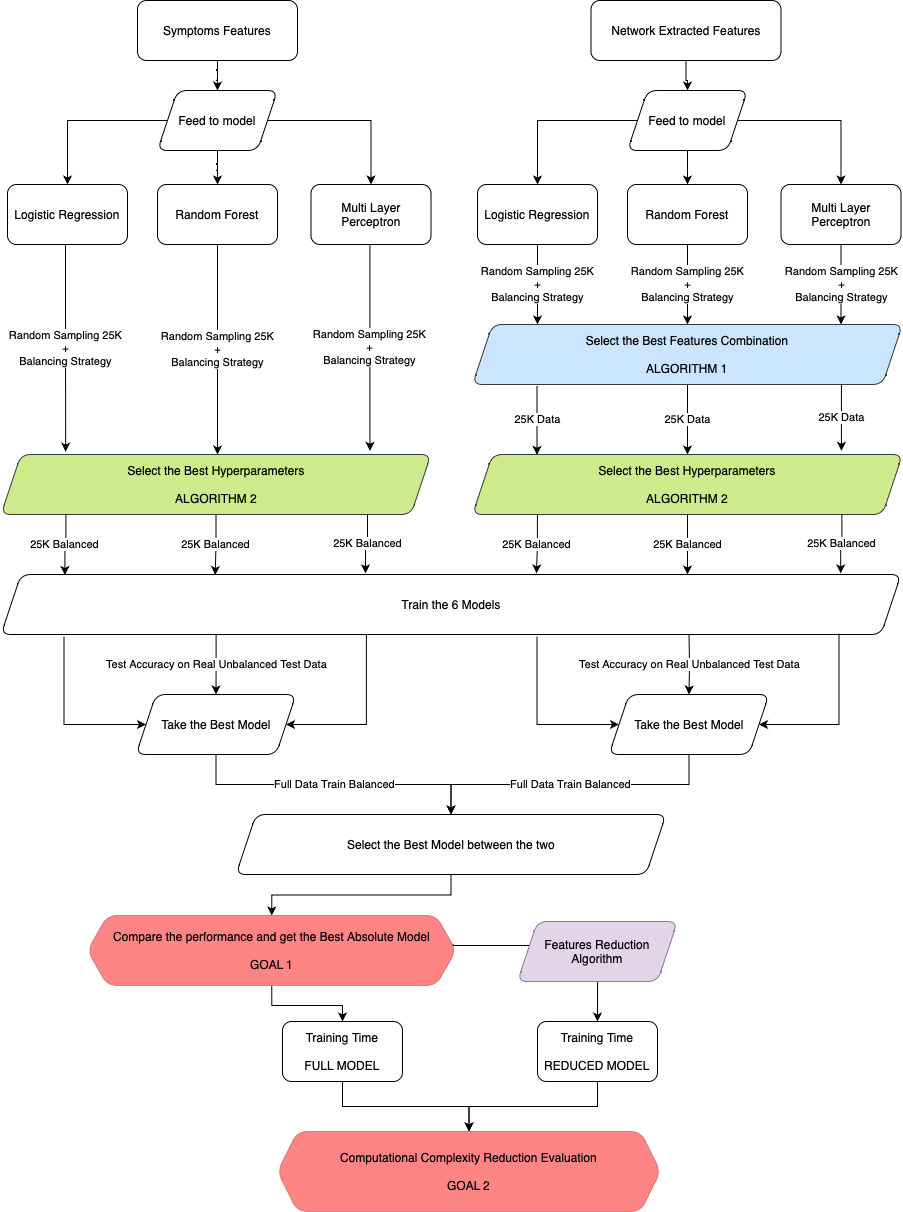
Above: report/images/operational_flow.png in DavideLigari/disease-prediction (draw.io), before the change. Source tidied: cells renumbered, new cells last; positions are measured from the earlier drawing's top-left corner, leaving out a move shared by most shapes.
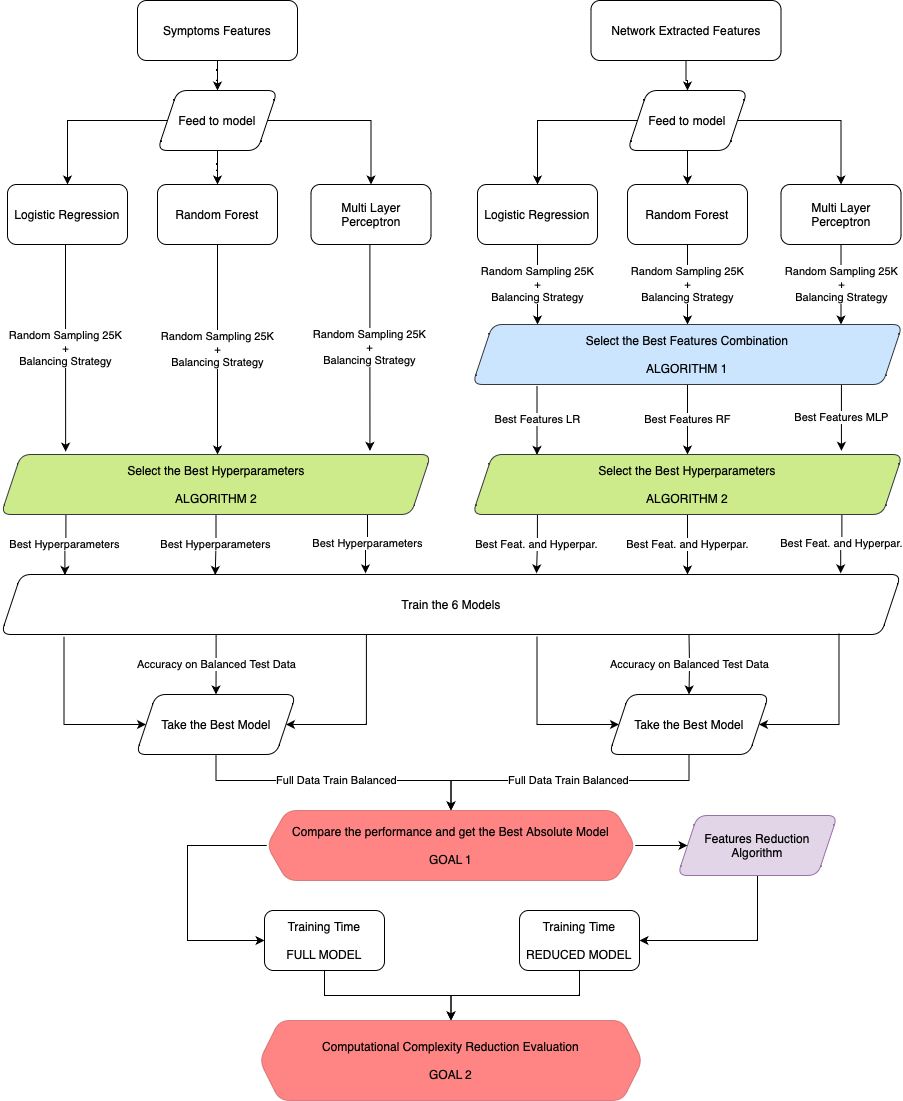
Later version of the same file.

The edit, as a diff of the source:
```diff
@@ -80,11 +80,11 @@
     <mxCell id="22" value="Multi Layer Perceptron" style="rounded=1;whiteSpace=wrap;html=1;" parent="1" vertex="1">
       <mxGeometry x="779.5" y="184" width="120" height="60" as="geometry" />
     </mxCell>
-    <mxCell id="23" value="&lt;span style=&quot;caret-color: rgb(0, 0, 0); color: rgb(0, 0, 0); font-family: Helvetica; font-size: 11px; font-style: normal; font-variant-caps: normal; font-weight: 400; letter-spacing: normal; text-align: center; text-indent: 0px; text-transform: none; word-spacing: 0px; -webkit-text-stroke-width: 0px; background-color: rgb(255, 255, 255); text-decoration: none; float: none; display: inline !important;&quot;&gt;25K Data&lt;/span&gt;" style="edgeStyle=orthogonalEdgeStyle;rounded=0;jettySize=auto;html=1;" parent="1" edge="1" source="26" target="30">
+    <mxCell id="23" value="&lt;span style=&quot;caret-color: rgb(0, 0, 0); color: rgb(0, 0, 0); font-family: Helvetica; font-size: 11px; font-style: normal; font-variant-caps: normal; font-weight: 400; letter-spacing: normal; text-align: center; text-indent: 0px; text-transform: none; word-spacing: 0px; -webkit-text-stroke-width: 0px; background-color: rgb(255, 255, 255); text-decoration: none; float: none; display: inline !important;&quot;&gt;Best Features RF&lt;/span&gt;" style="edgeStyle=orthogonalEdgeStyle;rounded=0;jettySize=auto;html=1;" parent="1" edge="1" source="26" target="30">
       <mxGeometry relative="1" as="geometry" />
     </mxCell>
-    <mxCell id="24" value="&lt;span style=&quot;caret-color: rgb(0, 0, 0); color: rgb(0, 0, 0); font-family: Helvetica; font-size: 11px; font-style: normal; font-variant-caps: normal; font-weight: 400; letter-spacing: normal; text-align: center; text-indent: 0px; text-transform: none; word-spacing: 0px; -webkit-text-stroke-width: 0px; background-color: rgb(255, 255, 255); text-decoration: none; float: none; display: inline !important;&quot;&gt;25K Data&lt;/span&gt;" style="edgeStyle=orthogonalEdgeStyle;rounded=0;orthogonalLoop=1;jettySize=auto;html=1;entryX=0.851;entryY=-0.061;entryDx=0;entryDy=0;entryPerimeter=0;" parent="1" edge="1">
-      <mxGeometry relative="1" as="geometry">
+    <mxCell id="24" value="&lt;span style=&quot;caret-color: rgb(0, 0, 0); color: rgb(0, 0, 0); font-family: Helvetica; font-size: 11px; font-style: normal; font-variant-caps: normal; font-weight: 400; letter-spacing: normal; text-align: center; text-indent: 0px; text-transform: none; word-spacing: 0px; -webkit-text-stroke-width: 0px; background-color: rgb(255, 255, 255); text-decoration: none; float: none; display: inline !important;&quot;&gt;Best Features MLP&lt;/span&gt;" style="edgeStyle=orthogonalEdgeStyle;rounded=0;orthogonalLoop=1;jettySize=auto;html=1;entryX=0.851;entryY=-0.061;entryDx=0;entryDy=0;entryPerimeter=0;" parent="1" edge="1">
+      <mxGeometry x="-0.01" relative="1" as="geometry">
         <mxPoint x="839.9" y="384" as="sourcePoint" />
         <mxPoint x="839.9" y="450.3" as="targetPoint" />
         <Array as="points">
@@ -93,13 +93,13 @@
         </Array>
       </mxGeometry>
     </mxCell>
-    <mxCell id="25" value="&lt;span style=&quot;caret-color: rgb(0, 0, 0); color: rgb(0, 0, 0); font-family: Helvetica; font-size: 11px; font-style: normal; font-variant-caps: normal; font-weight: 400; letter-spacing: normal; text-align: center; text-indent: 0px; text-transform: none; word-spacing: 0px; -webkit-text-stroke-width: 0px; background-color: rgb(255, 255, 255); text-decoration: none; float: none; display: inline !important;&quot;&gt;25K Data&lt;/span&gt;" style="edgeStyle=orthogonalEdgeStyle;rounded=0;jettySize=auto;html=1;entryX=0.15;entryY=0.006;entryDx=0;entryDy=0;entryPerimeter=0;exitX=0.15;exitY=1.024;exitDx=0;exitDy=0;exitPerimeter=0;" parent="1" edge="1" source="26" target="30">
-      <mxGeometry relative="1" as="geometry" />
+    <mxCell id="25" value="Best Features LR" style="edgeStyle=orthogonalEdgeStyle;rounded=0;jettySize=auto;html=1;entryX=0.15;entryY=0.006;entryDx=0;entryDy=0;entryPerimeter=0;exitX=0.15;exitY=1.024;exitDx=0;exitDy=0;exitPerimeter=0;" parent="1" edge="1" source="26" target="30">
+      <mxGeometry x="-0.01" relative="1" as="geometry" />
     </mxCell>
     <mxCell id="26" value="Select the Best Features Combination&lt;br&gt;&lt;br&gt;ALGORITHM 1" style="shape=parallelogram;perimeter=parallelogramPerimeter;whiteSpace=wrap;html=1;fixedSize=1;rounded=1;fillColor=#cce5ff;strokeColor=#36393d;" parent="1" vertex="1">
       <mxGeometry x="471" y="324" width="430" height="60" as="geometry" />
     </mxCell>
-    <mxCell id="27" value="25K Balanced" style="edgeStyle=orthogonalEdgeStyle;rounded=0;jettySize=auto;html=1;" parent="1" edge="1" source="30" target="41">
+    <mxCell id="27" value="Best Feat. and Hyperpar." style="edgeStyle=orthogonalEdgeStyle;rounded=0;jettySize=auto;html=1;" parent="1" edge="1" source="30" target="41">
       <mxGeometry relative="1" as="geometry">
         <Array as="points">
           <mxPoint x="686" y="564" />
@@ -107,10 +107,10 @@
         </Array>
       </mxGeometry>
     </mxCell>
-    <mxCell id="28" value="25K Balanced" style="edgeStyle=orthogonalEdgeStyle;rounded=0;jettySize=auto;html=1;entryX=0.595;entryY=-0.019;entryDx=0;entryDy=0;entryPerimeter=0;exitX=0.151;exitY=1.008;exitDx=0;exitDy=0;exitPerimeter=0;" parent="1" edge="1" source="30" target="41">
+    <mxCell id="28" value="Best Feat. and Hyperpar." style="edgeStyle=orthogonalEdgeStyle;rounded=0;jettySize=auto;html=1;entryX=0.595;entryY=-0.019;entryDx=0;entryDy=0;entryPerimeter=0;exitX=0.151;exitY=1.008;exitDx=0;exitDy=0;exitPerimeter=0;" parent="1" edge="1" source="30" target="41">
       <mxGeometry relative="1" as="geometry" />
     </mxCell>
-    <mxCell id="29" value="25K Balanced" style="edgeStyle=orthogonalEdgeStyle;rounded=0;jettySize=auto;html=1;entryX=0.933;entryY=-0.019;entryDx=0;entryDy=0;entryPerimeter=0;exitX=0.859;exitY=0.988;exitDx=0;exitDy=0;exitPerimeter=0;" parent="1" edge="1" source="30" target="41">
+    <mxCell id="29" value="Best Feat. and Hyperpar." style="edgeStyle=orthogonalEdgeStyle;rounded=0;jettySize=auto;html=1;entryX=0.933;entryY=-0.019;entryDx=0;entryDy=0;entryPerimeter=0;exitX=0.859;exitY=0.988;exitDx=0;exitDy=0;exitPerimeter=0;" parent="1" edge="1" source="30" target="41">
       <mxGeometry relative="1" as="geometry" />
     </mxCell>
     <mxCell id="30" value="Select the Best Hyperparameters&lt;br&gt;&lt;br&gt;ALGORITHM 2" style="shape=parallelogram;perimeter=parallelogramPerimeter;whiteSpace=wrap;html=1;fixedSize=1;rounded=1;fillColor=#cdeb8b;strokeColor=#36393d;" parent="1" vertex="1">
@@ -141,7 +141,7 @@
         </Array>
       </mxGeometry>
     </mxCell>
-    <mxCell id="34" value="25K Balanced" style="edgeStyle=orthogonalEdgeStyle;rounded=0;jettySize=auto;html=1;entryX=0.405;entryY=-0.019;entryDx=0;entryDy=0;entryPerimeter=0;exitX=0.856;exitY=0.994;exitDx=0;exitDy=0;exitPerimeter=0;" parent="1" edge="1" source="37" target="41">
+    <mxCell id="34" value="Best Hyperparameters" style="edgeStyle=orthogonalEdgeStyle;rounded=0;jettySize=auto;html=1;entryX=0.405;entryY=-0.019;entryDx=0;entryDy=0;entryPerimeter=0;exitX=0.856;exitY=0.994;exitDx=0;exitDy=0;exitPerimeter=0;" parent="1" edge="1" source="37" target="41">
       <mxGeometry relative="1" as="geometry">
         <Array as="points">
           <mxPoint x="366" y="514" />
@@ -149,16 +149,16 @@
         </Array>
       </mxGeometry>
     </mxCell>
-    <mxCell id="35" value="25K Balanced" style="edgeStyle=orthogonalEdgeStyle;rounded=0;jettySize=auto;html=1;entryX=0.238;entryY=0.008;entryDx=0;entryDy=0;entryPerimeter=0;" parent="1" edge="1" source="37" target="41">
+    <mxCell id="35" value="Best Hyperparameters" style="edgeStyle=orthogonalEdgeStyle;rounded=0;jettySize=auto;html=1;entryX=0.238;entryY=0.008;entryDx=0;entryDy=0;entryPerimeter=0;" parent="1" edge="1" source="37" target="41">
       <mxGeometry relative="1" as="geometry" />
     </mxCell>
-    <mxCell id="36" value="25K Balanced" style="edgeStyle=orthogonalEdgeStyle;rounded=0;jettySize=auto;html=1;entryX=0.071;entryY=0.008;entryDx=0;entryDy=0;entryPerimeter=0;exitX=0.151;exitY=1.008;exitDx=0;exitDy=0;exitPerimeter=0;" parent="1" edge="1" source="37" target="41">
+    <mxCell id="36" value="Best Hyperparameters" style="edgeStyle=orthogonalEdgeStyle;rounded=0;jettySize=auto;html=1;entryX=0.071;entryY=0.008;entryDx=0;entryDy=0;entryPerimeter=0;exitX=0.151;exitY=1.008;exitDx=0;exitDy=0;exitPerimeter=0;" parent="1" edge="1" source="37" target="41">
       <mxGeometry x="0.02" relative="1" as="geometry" />
     </mxCell>
     <mxCell id="37" value="Select the Best Hyperparameters&lt;br&gt;&lt;br&gt;ALGORITHM 2" style="shape=parallelogram;perimeter=parallelogramPerimeter;whiteSpace=wrap;html=1;fixedSize=1;rounded=1;fillColor=#cdeb8b;strokeColor=#36393d;" parent="1" vertex="1">
       <mxGeometry x="-0.5" y="454" width="430" height="60" as="geometry" />
     </mxCell>
-    <mxCell id="38" value="Test Accuracy on Real Unbalanced Test Data" style="edgeStyle=orthogonalEdgeStyle;rounded=0;jettySize=auto;html=1;exitX=0.239;exitY=0.994;exitDx=0;exitDy=0;exitPerimeter=0;" parent="1" edge="1" source="41" target="43">
+    <mxCell id="38" value="Accuracy on Balanced Test Data" style="edgeStyle=orthogonalEdgeStyle;rounded=0;jettySize=auto;html=1;exitX=0.239;exitY=0.994;exitDx=0;exitDy=0;exitPerimeter=0;" parent="1" edge="1" source="41" target="43">
       <mxGeometry relative="1" as="geometry" />
     </mxCell>
     <mxCell id="39" style="edgeStyle=orthogonalEdgeStyle;rounded=0;jettySize=auto;html=1;exitX=0.406;exitY=0.981;exitDx=0;exitDy=0;exitPerimeter=0;entryX=1;entryY=0.5;entryDx=0;entryDy=0;" parent="1" edge="1" source="41" target="43">
@@ -178,14 +178,19 @@
     <mxCell id="41" value="Train the 6 Models" style="shape=parallelogram;perimeter=parallelogramPerimeter;whiteSpace=wrap;html=1;fixedSize=1;rounded=1;" parent="1" vertex="1">
       <mxGeometry x="-0.5" y="574" width="900" height="60" as="geometry" />
     </mxCell>
-    <mxCell id="42" value="Full Data Train Balanced" style="edgeStyle=orthogonalEdgeStyle;rounded=0;jettySize=auto;html=1;" parent="1" edge="1" source="43" target="50">
-      <mxGeometry relative="1" as="geometry" />
+    <mxCell id="42" value="Full Data Train Balanced" style="edgeStyle=orthogonalEdgeStyle;rounded=0;jettySize=auto;html=1;entryX=0.5;entryY=0;entryDx=0;entryDy=0;" parent="1" edge="1" source="43" target="60">
+      <mxGeometry relative="1" as="geometry">
+        <Array as="points">
+          <mxPoint x="214" y="780" />
+          <mxPoint x="450" y="780" />
+        </Array>
+      </mxGeometry>
     </mxCell>
     <mxCell id="43" value="Take the Best Model" style="shape=parallelogram;perimeter=parallelogramPerimeter;whiteSpace=wrap;html=1;fixedSize=1;rounded=1;" parent="1" vertex="1">
       <mxGeometry x="134.5" y="694" width="160" height="60" as="geometry" />
     </mxCell>
-    <mxCell id="44" value="Test Accuracy on Real Unbalanced Test Data" style="edgeStyle=orthogonalEdgeStyle;rounded=0;jettySize=auto;html=1;exitX=0.239;exitY=0.994;exitDx=0;exitDy=0;exitPerimeter=0;" parent="1" edge="1" target="48">
-      <mxGeometry relative="1" as="geometry">
+    <mxCell id="44" value="Accuracy on Balanced Test Data" style="edgeStyle=orthogonalEdgeStyle;rounded=0;jettySize=auto;html=1;exitX=0.239;exitY=0.994;exitDx=0;exitDy=0;exitPerimeter=0;" parent="1" edge="1" target="48">
+      <mxGeometry x="-0.01" relative="1" as="geometry">
         <mxPoint x="687.5" y="634" as="sourcePoint" />
       </mxGeometry>
     </mxCell>
@@ -205,52 +210,55 @@
         </Array>
       </mxGeometry>
     </mxCell>
-    <mxCell id="47" value="Full Data Train Balanced" style="edgeStyle=orthogonalEdgeStyle;rounded=0;jettySize=auto;html=1;" parent="1" edge="1" source="48" target="50">
-      <mxGeometry relative="1" as="geometry" />
+    <mxCell id="47" value="Full Data Train Balanced" style="edgeStyle=orthogonalEdgeStyle;rounded=0;jettySize=auto;html=1;entryX=0.5;entryY=0;entryDx=0;entryDy=0;" parent="1" edge="1" source="48" target="60">
+      <mxGeometry relative="1" as="geometry">
+        <Array as="points">
+          <mxPoint x="688" y="780" />
+          <mxPoint x="450" y="780" />
+        </Array>
+      </mxGeometry>
     </mxCell>
     <mxCell id="48" value="Take the Best Model" style="shape=parallelogram;perimeter=parallelogramPerimeter;whiteSpace=wrap;html=1;fixedSize=1;rounded=1;" parent="1" vertex="1">
       <mxGeometry x="607.5" y="694" width="160" height="60" as="geometry" />
     </mxCell>
-    <mxCell id="49" style="edgeStyle=orthogonalEdgeStyle;rounded=0;jettySize=auto;html=1;entryX=0.5;entryY=0;entryDx=0;entryDy=0;" parent="1" edge="1" source="50" target="60">
-      <mxGeometry relative="1" as="geometry" />
-    </mxCell>
-    <mxCell id="50" value="Select the Best Model between the two" style="shape=parallelogram;perimeter=parallelogramPerimeter;whiteSpace=wrap;html=1;fixedSize=1;rounded=1;" parent="1" vertex="1">
-      <mxGeometry x="234.5" y="814" width="430" height="60" as="geometry" />
-    </mxCell>
-    <mxCell id="51" style="edgeStyle=orthogonalEdgeStyle;rounded=0;jettySize=auto;html=1;exitX=0.992;exitY=0.412;exitDx=0;exitDy=0;exitPerimeter=0;" parent="1" edge="1" source="60">
-      <mxGeometry relative="1" as="geometry">
-        <mxPoint x="634.5" y="945" as="targetPoint" />
-        <Array as="points">
-          <mxPoint x="452" y="945" />
-        </Array>
-      </mxGeometry>
-    </mxCell>
-    <mxCell id="52" style="edgeStyle=orthogonalEdgeStyle;rounded=0;jettySize=auto;html=1;exitX=0.5;exitY=1;exitDx=0;exitDy=0;" parent="1" edge="1" source="60" target="58">
-      <mxGeometry relative="1" as="geometry" />
-    </mxCell>
-    <mxCell id="53" style="edgeStyle=orthogonalEdgeStyle;rounded=0;jettySize=auto;html=1;" parent="1" edge="1" source="54" target="56">
-      <mxGeometry relative="1" as="geometry" />
+    <mxCell id="53" style="edgeStyle=orthogonalEdgeStyle;rounded=0;jettySize=auto;html=1;entryX=1;entryY=0.5;entryDx=0;entryDy=0;" parent="1" edge="1" source="54" target="56">
+      <mxGeometry relative="1" as="geometry">
+        <Array as="points">
+          <mxPoint x="756" y="940" />
+        </Array>
+      </mxGeometry>
     </mxCell>
     <mxCell id="54" value="Features Reduction Algorithm" style="shape=parallelogram;perimeter=parallelogramPerimeter;whiteSpace=wrap;html=1;fixedSize=1;rounded=1;fillColor=#e1d5e7;strokeColor=#9673a6;" parent="1" vertex="1">
-      <mxGeometry x="516" y="921" width="160" height="60" as="geometry" />
+      <mxGeometry x="676" y="815" width="160" height="60" as="geometry" />
     </mxCell>
     <mxCell id="55" style="edgeStyle=orthogonalEdgeStyle;rounded=0;jettySize=auto;html=1;" parent="1" edge="1" source="56" target="59">
       <mxGeometry relative="1" as="geometry" />
     </mxCell>
     <mxCell id="56" value="Training Time&lt;br&gt;&lt;br&gt;REDUCED MODEL" style="rounded=1;whiteSpace=wrap;html=1;" parent="1" vertex="1">
-      <mxGeometry x="536" y="1021" width="120" height="60" as="geometry" />
+      <mxGeometry x="518" y="910" width="120" height="60" as="geometry" />
     </mxCell>
     <mxCell id="57" style="edgeStyle=orthogonalEdgeStyle;rounded=0;jettySize=auto;html=1;" parent="1" edge="1" source="58" target="59">
       <mxGeometry relative="1" as="geometry" />
     </mxCell>
     <mxCell id="58" value="Training Time&lt;br&gt;&lt;br&gt;FULL MODEL" style="rounded=1;whiteSpace=wrap;html=1;" parent="1" vertex="1">
-      <mxGeometry x="281" y="1021" width="120" height="60" as="geometry" />
+      <mxGeometry x="263" y="910" width="120" height="60" as="geometry" />
     </mxCell>
     <mxCell id="59" value="Computational Complexity Reduction Evaluation&lt;br&gt;&lt;br&gt;GOAL 2" style="shape=hexagon;perimeter=hexagonPerimeter2;whiteSpace=wrap;html=1;fixedSize=1;rounded=1;fillColor=#FF3333;opacity=60;strokeColor=#b85450;" parent="1" vertex="1">
-      <mxGeometry x="276" y="1131" width="383" height="80" as="geometry" />
+      <mxGeometry x="258" y="1020" width="383" height="80" as="geometry" />
     </mxCell>
+    <mxCell id="61" style="edgeStyle=orthogonalEdgeStyle;rounded=0;jettySize=auto;html=1;entryX=0;entryY=0.5;entryDx=0;entryDy=0;" parent="1" edge="1" source="60" target="54">
+      <mxGeometry relative="1" as="geometry" />
+    </mxCell>
+    <mxCell id="52" style="edgeStyle=orthogonalEdgeStyle;rounded=0;jettySize=auto;html=1;entryX=0;entryY=0.5;entryDx=0;entryDy=0;exitX=0;exitY=0.5;exitDx=0;exitDy=0;" parent="1" edge="1" source="60" target="58">
+      <mxGeometry relative="1" as="geometry">
+        <Array as="points">
+          <mxPoint x="186" y="845" />
+          <mxPoint x="186" y="940" />
+        </Array>
+      </mxGeometry>
+    </mxCell>
     <mxCell id="60" value="Compare the performance and get the Best Absolute Model&lt;br&gt;&lt;br&gt;GOAL 1" style="shape=hexagon;perimeter=hexagonPerimeter2;whiteSpace=wrap;html=1;fixedSize=1;rounded=1;fillColor=#FF3333;strokeColor=#b85450;opacity=60;shadow=0;" parent="1" vertex="1">
-      <mxGeometry x="86" y="915" width="368.5" height="70" as="geometry" />
+      <mxGeometry x="265.2" y="810" width="368.5" height="70" as="geometry" />
     </mxCell>
   </root>
 </mxGraphModel>
```
